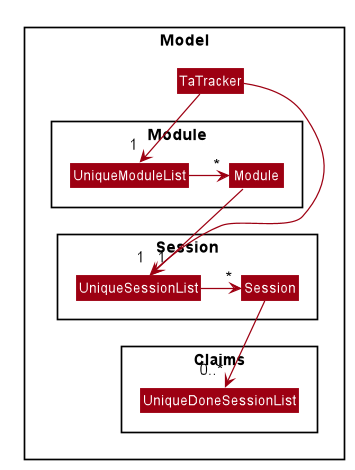
Above: docs/images/SessionModelClassDiagram.png in nus-cs2103-AY1920S2/addressbook-level3 (PlantUML), before the change. Source of this version:
```plantuml
@startuml








skinparam BackgroundColor #FFFFFFF

skinparam Shadowing false

skinparam Class {
    FontColor #FFFFFF
    BorderThickness 1
    BorderColor #FFFFFF
    StereotypeFontColor #FFFFFF
    FontName Arial
}

skinparam Actor {
    BorderColor #000000
    Color #000000
    FontName Arial
}

skinparam Sequence {
    MessageAlign center
    BoxFontSize 15
    BoxPadding 0
    BoxFontColor #FFFFFF
    FontName Arial
}

skinparam Participant {
    FontColor #FFFFFFF
    Padding 20
}

skinparam MinClassWidth 50
skinparam ParticipantPadding 10
skinparam Shadowing false
skinparam DefaultTextAlignment center
skinparam packageStyle Rectangle

hide footbox
hide members
hide circle
package Model {
skinparam arrowThickness 1.1
skinparam arrowColor #9D0012
skinparam classBackgroundColor #9D0012

class TaTracker

package Session {
class Session
class UniqueSessionList
}
package Claims {
class UniqueDoneSessionList
}
package Module {
class Module
class UniqueModuleList
}
}

TaTracker --> "1 " UniqueModuleList
TaTracker --> "1 " UniqueSessionList

UniqueModuleList -right-> "*" Module

Module --> "1  " UniqueSessionList

UniqueSessionList -right-> "*" Session

Session --> "0..*" UniqueDoneSessionList


@enduml
```
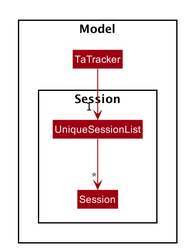
Above is the later version.

The edit, as a diff of the source:
```diff
@@ -58,25 +58,14 @@
 class Session
 class UniqueSessionList
 }
-package Claims {
-class UniqueDoneSessionList
-}
-package Module {
-class Module
-class UniqueModuleList
-}
-}
 
-TaTracker --> "1 " UniqueModuleList
+
+
 TaTracker --> "1 " UniqueSessionList
 
-UniqueModuleList -right-> "*" Module
+UniqueSessionList --> "*" Session
 
-Module --> "1  " UniqueSessionList
 
-UniqueSessionList -right-> "*" Session
-
-Session --> "0..*" UniqueDoneSessionList
 
 
 @enduml
```
